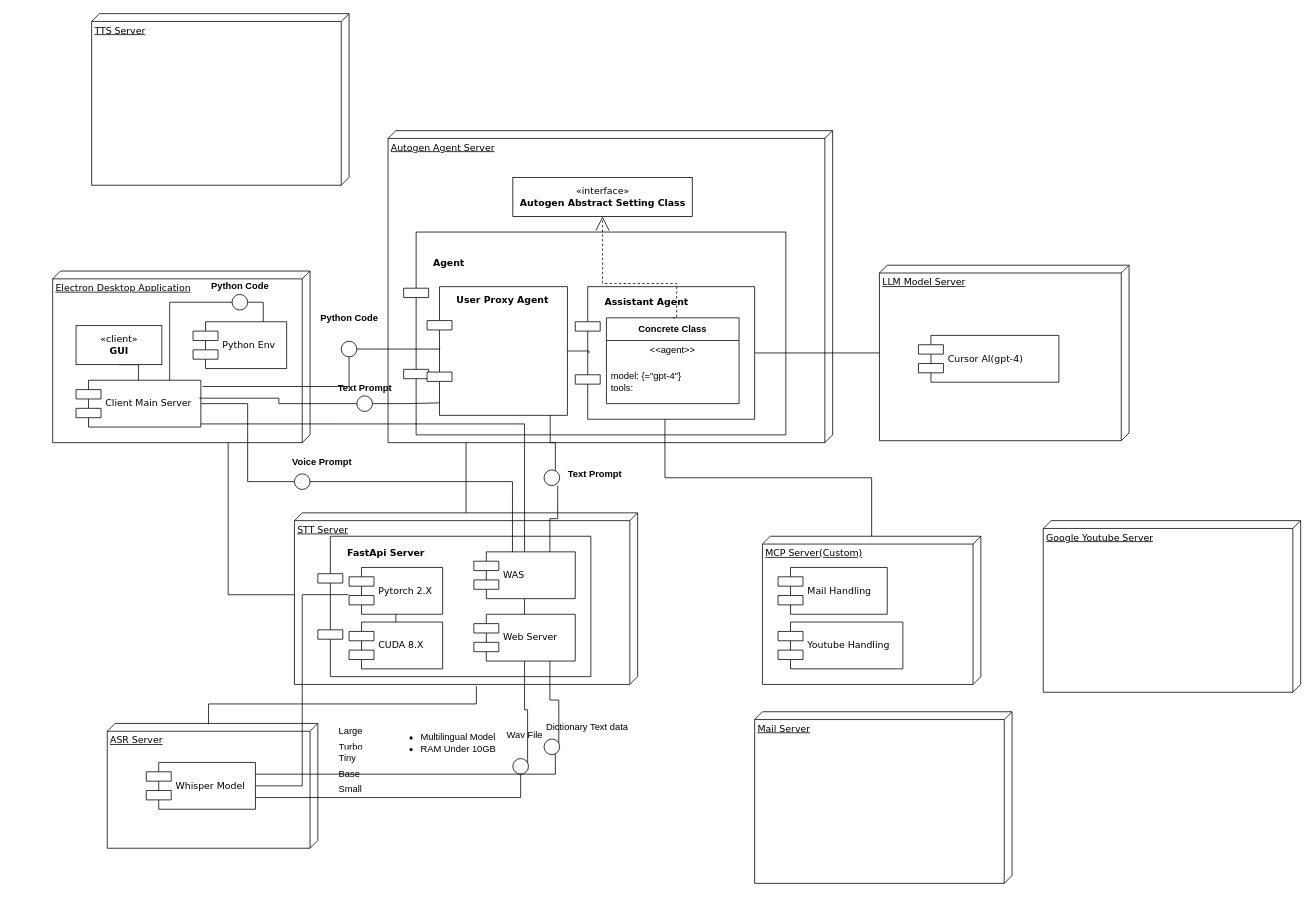
Above: page "Page-1" (1 of 2) of Whole System Component Diagram.drawio in llooll20/testforgit (draw.io), before the change. Source tidied: cells renumbered, new cells numbered last; positions are measured from the earlier drawing's top-left corner, leaving out a move shared by most shapes. Both pictures are drawn from the tidied source at 78%, with x=0, y=0 at pixel (52, 13).
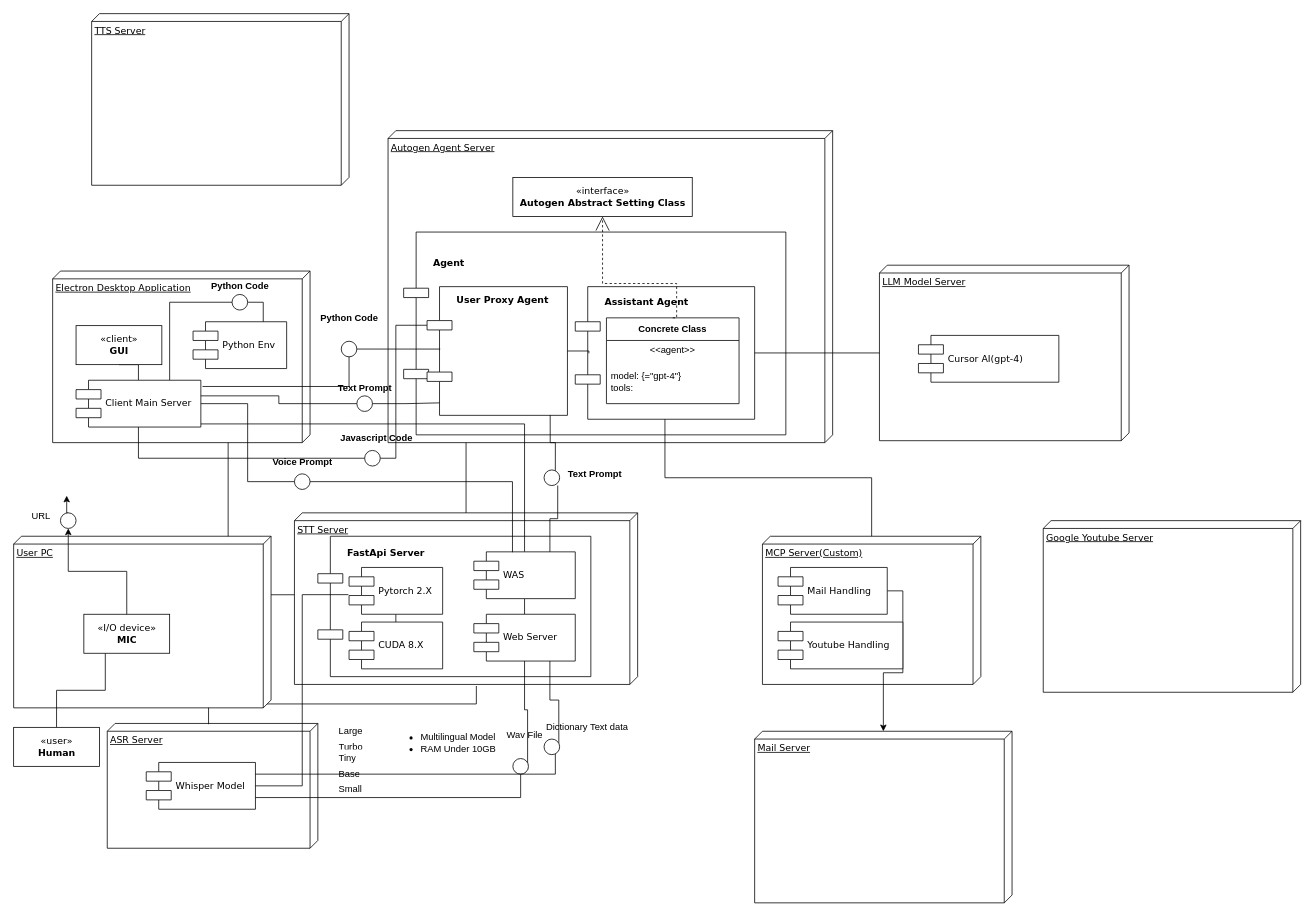
The same diagram, later.

The change refers to these unchanged cells:
```xml
<mxCell id="34" value="Mail Handling" style="shape=component;align=left;spacingLeft=36;rounded=0;shadow=0;comic=0;labelBackgroundColor=none;strokeWidth=1;fontFamily=Verdana;fontSize=12;html=1;" parent="1" vertex="1">
  <mxGeometry x="930" y="710" width="140" height="60" as="geometry" />
</mxCell>
<mxCell id="41" value="Client Main Server" style="shape=component;align=left;spacingLeft=36;rounded=0;shadow=0;comic=0;labelBackgroundColor=none;strokeWidth=1;fontFamily=Verdana;fontSize=12;html=1;" parent="1" vertex="1">
  <mxGeometry x="30" y="470" width="160" height="60" as="geometry" />
</mxCell>
<mxCell id="55" value="&lt;h4 style=&quot;padding-bottom: 130px;&quot;&gt;User Proxy Agent&lt;/h4&gt;" style="shape=component;align=left;spacingLeft=36;rounded=0;shadow=0;comic=0;labelBackgroundColor=none;strokeWidth=1;fontFamily=Verdana;fontSize=12;html=1;" parent="1" vertex="1">
  <mxGeometry x="480" y="350" width="180" height="165" as="geometry" />
</mxCell>
<mxCell id="57" style="ellipse;whiteSpace=wrap;html=1;rounded=0;shadow=0;comic=0;labelBackgroundColor=none;strokeWidth=1;fontFamily=Verdana;fontSize=12;align=center;" parent="1" vertex="1">
  <mxGeometry x="390" y="490" width="20" height="20" as="geometry" />
</mxCell>
```

Diff of the diagram source:
```diff
@@
+    <mxCell id="84" style="edgeStyle=orthogonalEdgeStyle;rounded=0;jettySize=auto;html=1;exitX=1;exitY=0.5;exitDx=0;exitDy=0;" parent="1" edge="1" source="34" target="81">
+      <mxGeometry relative="1" as="geometry" />
+    </mxCell>
@@
     <mxCell id="48" value="&lt;h4&gt;Voice Prompt&lt;/h4&gt;" style="text;html=1;align=center;verticalAlign=middle;strokeColor=none;fillColor=none;" parent="1" vertex="1">
-      <mxGeometry x="295" y="545" width="100" height="60" as="geometry" />
+      <mxGeometry x="270" y="545" width="100" height="60" as="geometry" />
     </mxCell>
@@
+    <mxCell id="85" style="edgeStyle=orthogonalEdgeStyle;rounded=0;jettySize=auto;html=1;exitX=0;exitY=0.3;exitDx=0;exitDy=0;entryX=0.5;entryY=1;entryDx=0;entryDy=0;endArrow=none;startFill=0;" parent="1" edge="1" source="55" target="41">
+      <mxGeometry relative="1" as="geometry">
+        <Array as="points">
+          <mxPoint x="440" y="399" />
+          <mxPoint x="440" y="570" />
+          <mxPoint x="110" y="570" />
+        </Array>
+      </mxGeometry>
+    </mxCell>
@@
-    <mxCell id="58" style="edgeStyle=elbowEdgeStyle;rounded=0;html=1;labelBackgroundColor=none;startArrow=none;startFill=0;startSize=8;endArrow=none;endFill=0;endSize=16;fontFamily=Verdana;fontSize=12;entryX=0.988;entryY=0.383;entryDx=0;entryDy=0;entryPerimeter=0;" parent="1" edge="1" source="57" target="41">
+    <mxCell id="58" style="edgeStyle=elbowEdgeStyle;rounded=0;html=1;labelBackgroundColor=none;startArrow=none;startFill=0;startSize=8;endArrow=none;endFill=0;endSize=16;fontFamily=Verdana;fontSize=12;" parent="1" edge="1" source="57">
       <mxGeometry relative="1" as="geometry">
+        <mxPoint x="190" y="490" as="targetPoint" />
         <Array as="points">
           <mxPoint x="290" y="500" />
         </Array>
       </mxGeometry>
     </mxCell>
@@
     <mxCell id="81" value="Mail Server" style="verticalAlign=top;align=left;spacingTop=8;spacingLeft=2;spacingRight=12;shape=cube;size=10;direction=south;fontStyle=4;html=1;rounded=0;shadow=0;comic=0;labelBackgroundColor=none;strokeWidth=1;fontFamily=Verdana;fontSize=12;" parent="1" vertex="1">
-      <mxGeometry x="900" y="895" width="330" height="220" as="geometry" />
+      <mxGeometry x="900" y="920" width="330" height="220" as="geometry" />
     </mxCell>
@@
+    <mxCell id="86" style="ellipse;whiteSpace=wrap;html=1;rounded=0;shadow=0;comic=0;labelBackgroundColor=none;strokeWidth=1;fontFamily=Verdana;fontSize=12;align=center;" parent="1" vertex="1">
+      <mxGeometry x="400" y="560" width="20" height="20" as="geometry" />
+    </mxCell>
+    <mxCell id="87" value="&lt;h4&gt;Javascript Code&lt;/h4&gt;" style="text;html=1;align=center;verticalAlign=middle;strokeColor=none;fillColor=none;" parent="1" vertex="1">
+      <mxGeometry x="355" y="515" width="120" height="60" as="geometry" />
+    </mxCell>
+    <mxCell id="88" value="User PC" style="verticalAlign=top;align=left;spacingTop=8;spacingLeft=2;spacingRight=12;shape=cube;size=10;direction=south;fontStyle=4;html=1;rounded=0;shadow=0;comic=0;labelBackgroundColor=none;strokeWidth=1;fontFamily=Verdana;fontSize=12;" parent="1" vertex="1">
+      <mxGeometry x="-50" y="670" width="330" height="220" as="geometry" />
+    </mxCell>
+    <mxCell id="89" style="edgeStyle=orthogonalEdgeStyle;rounded=0;jettySize=auto;html=1;exitX=0.25;exitY=1;exitDx=0;exitDy=0;endArrow=none;startFill=0;" parent="1" edge="1" source="91" target="92">
+      <mxGeometry relative="1" as="geometry" />
+    </mxCell>
+    <mxCell id="90" style="edgeStyle=orthogonalEdgeStyle;rounded=0;jettySize=auto;html=1;exitX=0.5;exitY=0;exitDx=0;exitDy=0;entryX=0.436;entryY=0.96;entryDx=0;entryDy=0;entryPerimeter=0;" parent="1" edge="1" source="94">
+      <mxGeometry relative="1" as="geometry">
+        <mxPoint x="18" y="618" as="targetPoint" />
+      </mxGeometry>
+    </mxCell>
+    <mxCell id="91" value="«I/O device»&lt;br&gt;&lt;b&gt;MIC&lt;/b&gt;" style="html=1;rounded=0;shadow=0;comic=0;labelBackgroundColor=none;strokeWidth=1;fontFamily=Verdana;fontSize=12;align=center;" parent="1" vertex="1">
+      <mxGeometry x="40" y="770" width="110" height="50" as="geometry" />
+    </mxCell>
+    <mxCell id="92" value="«user»&lt;br&gt;&lt;b&gt;Human&lt;/b&gt;" style="html=1;rounded=0;shadow=0;comic=0;labelBackgroundColor=none;strokeWidth=1;fontFamily=Verdana;fontSize=12;align=center;" parent="1" vertex="1">
+      <mxGeometry x="-50" y="915" width="110" height="50" as="geometry" />
+    </mxCell>
+    <mxCell id="93" style="edgeStyle=orthogonalEdgeStyle;rounded=0;jettySize=auto;html=1;exitX=0.5;exitY=0;exitDx=0;exitDy=0;" parent="1" edge="1" source="91" target="94">
+      <mxGeometry relative="1" as="geometry" />
+    </mxCell>
+    <mxCell id="94" style="ellipse;whiteSpace=wrap;html=1;rounded=0;shadow=0;comic=0;labelBackgroundColor=none;strokeWidth=1;fontFamily=Verdana;fontSize=12;align=center;" parent="1" vertex="1">
+      <mxGeometry x="10" y="640" width="20" height="20" as="geometry" />
+    </mxCell>
+    <mxCell id="95" value="URL" style="text;html=1;align=center;verticalAlign=middle;strokeColor=none;fillColor=none;" parent="1" vertex="1">
+      <mxGeometry x="-40" y="630" width="50" height="30" as="geometry" />
+    </mxCell>
```
